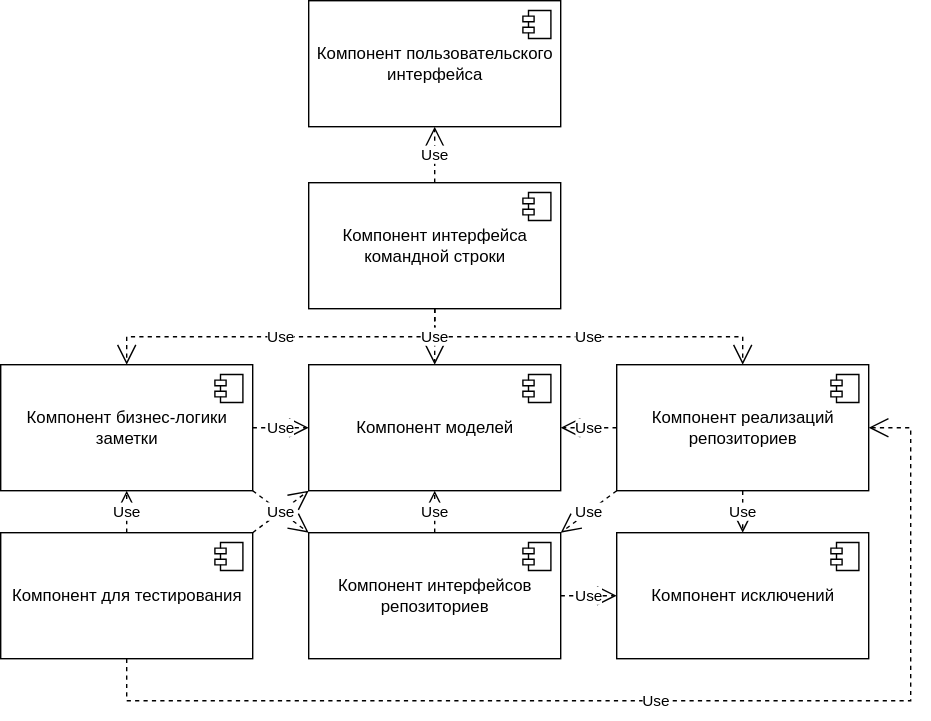
Above: Изображения/Лаба-Схема компонентов.svg in izen57/PPO (draw.io), before the change. Source tidied: cells renumbered, new cells last; positions are measured from the earlier drawing's top-left corner, leaving out a move shared by most shapes.
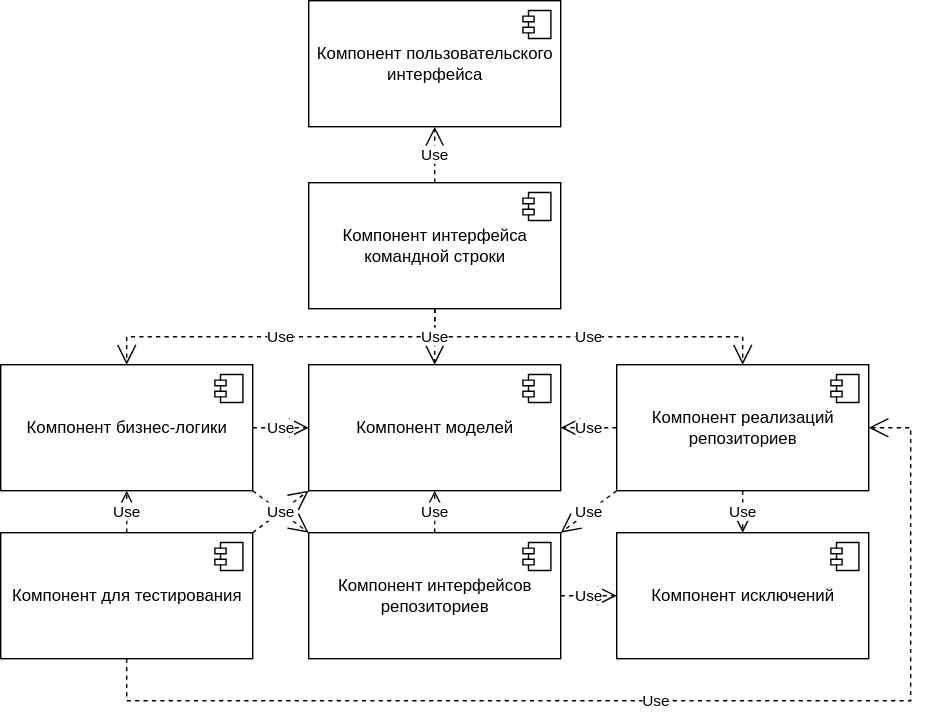
Above is the later version.

Change to the diagram source:
```diff
@@ -18,7 +18,7 @@
         <mxPoint x="-27" y="7" as="offset" />
       </mxGeometry>
     </mxCell>
-    <mxCell id="6" value="&lt;div&gt;Компонент бизнес-логики&lt;/div&gt;&lt;div&gt;заметки&lt;/div&gt;" style="html=1;" parent="1" vertex="1">
+    <mxCell id="6" value="&lt;div&gt;Компонент бизнес-логики&lt;/div&gt;" style="html=1;" parent="1" vertex="1">
       <mxGeometry y="260" width="180" height="90" as="geometry" />
     </mxCell>
     <mxCell id="7" style="shape=module;jettyWidth=8;jettyHeight=4;" parent="6" vertex="1">
```
